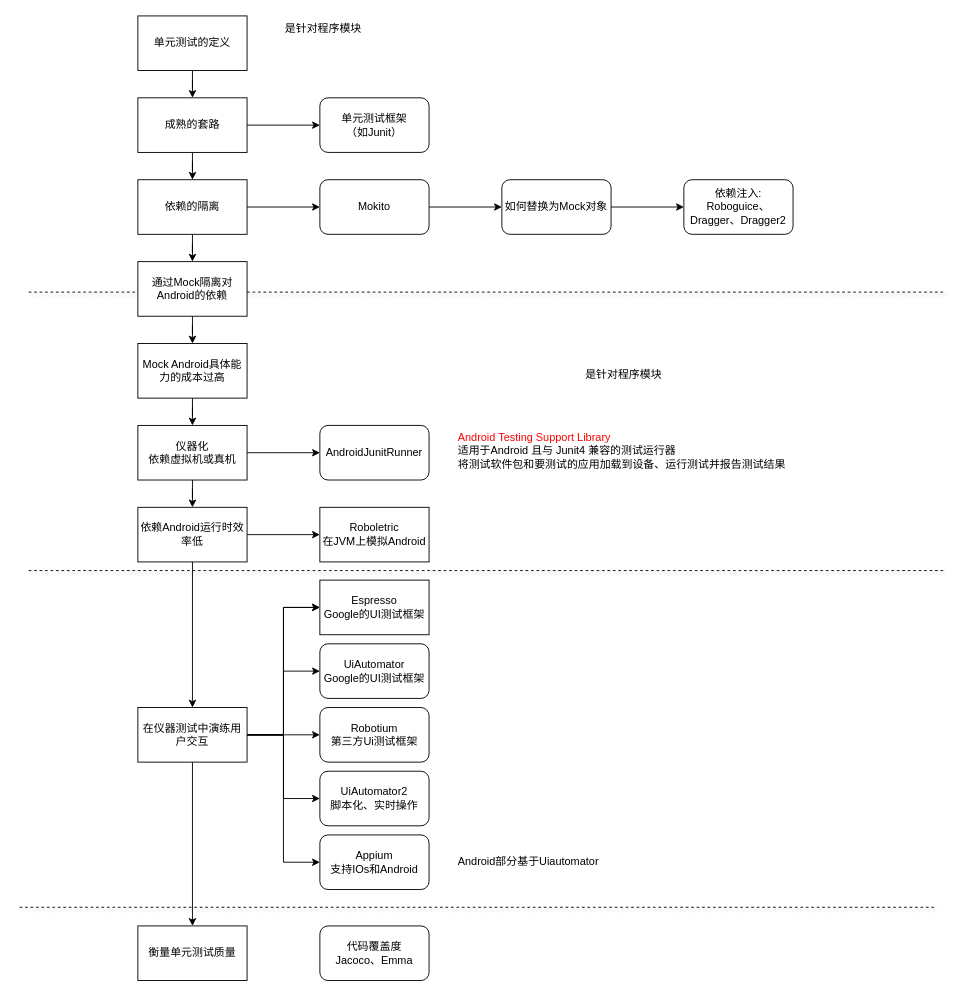
Before: 单元测试.drawio in walkwall/drawing, a draw.io diagram. Source tidied: cells renumbered, new cells numbered last; positions are measured from the earlier drawing's top-left corner, leaving out a move shared by most shapes. Both pictures are drawn from the tidied source at 91%, with x=0, y=0 at pixel (19, 15).
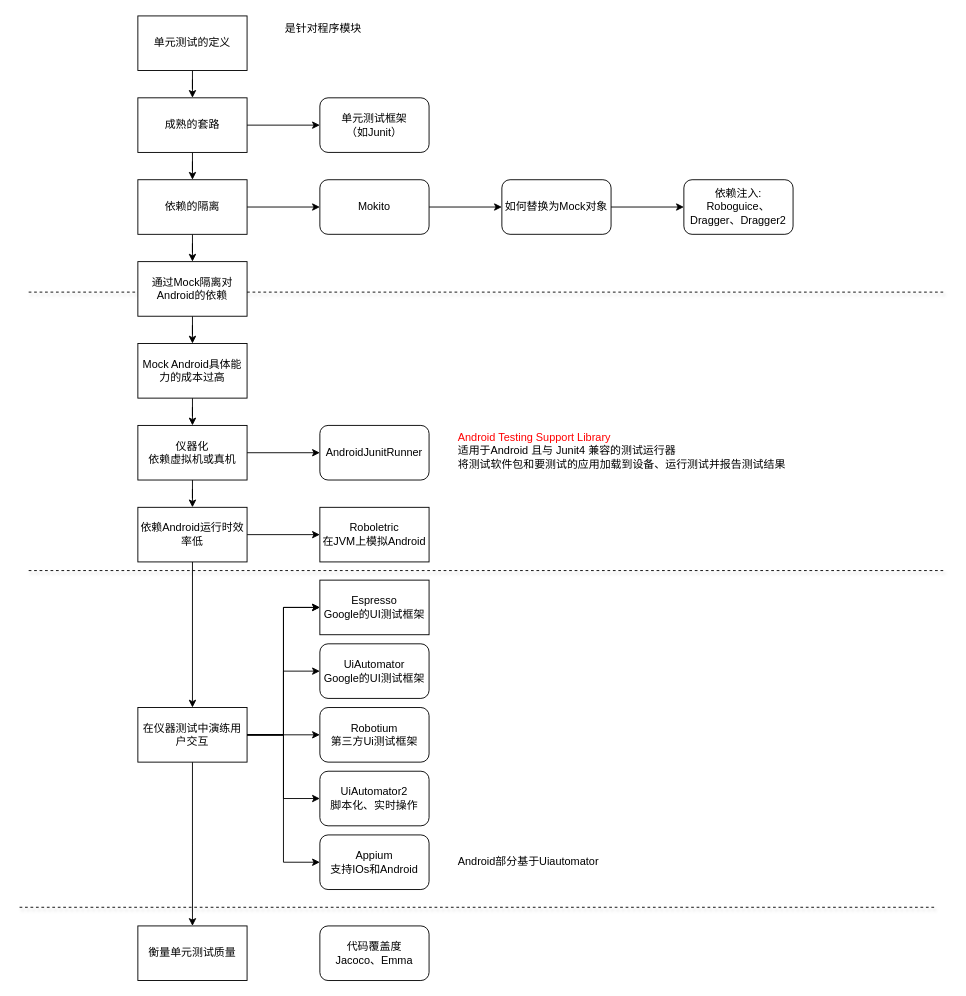
Above is the later version.

Diff of the diagram source:
```diff
@@
-    <mxCell id="44" value="是针对程序模块" style="text;html=1;strokeColor=none;fillColor=none;align=left;verticalAlign=top;whiteSpace=wrap;rounded=0;imageVerticalAlign=middle;" parent="1" vertex="1">
-      <mxGeometry x="620" y="380" width="330" height="60" as="geometry" />
-    </mxCell>
```
